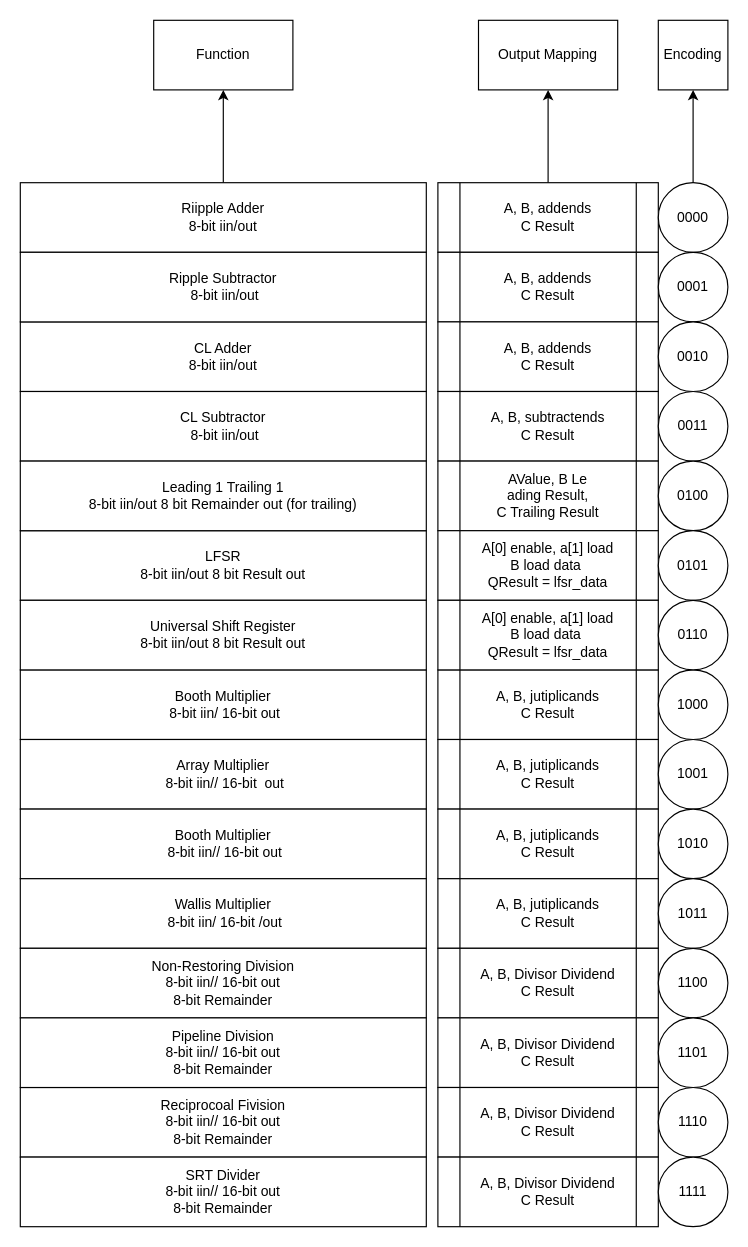
sean-galloway/RTLDesignSherpa keeps this draw.io diagram as page "Decoder" (1 of 3) of common/common_tb/ksalu/KSALU_Block_Diagram.drawio. Above is the earlier version. Source tidied: cells renumbered, new cells numbered last; positions are measured from the earlier drawing's top-left corner, leaving out a move shared by most shapes. Both pictures are drawn from the tidied source at 116%, with x=0, y=0 at pixel (20, 20).
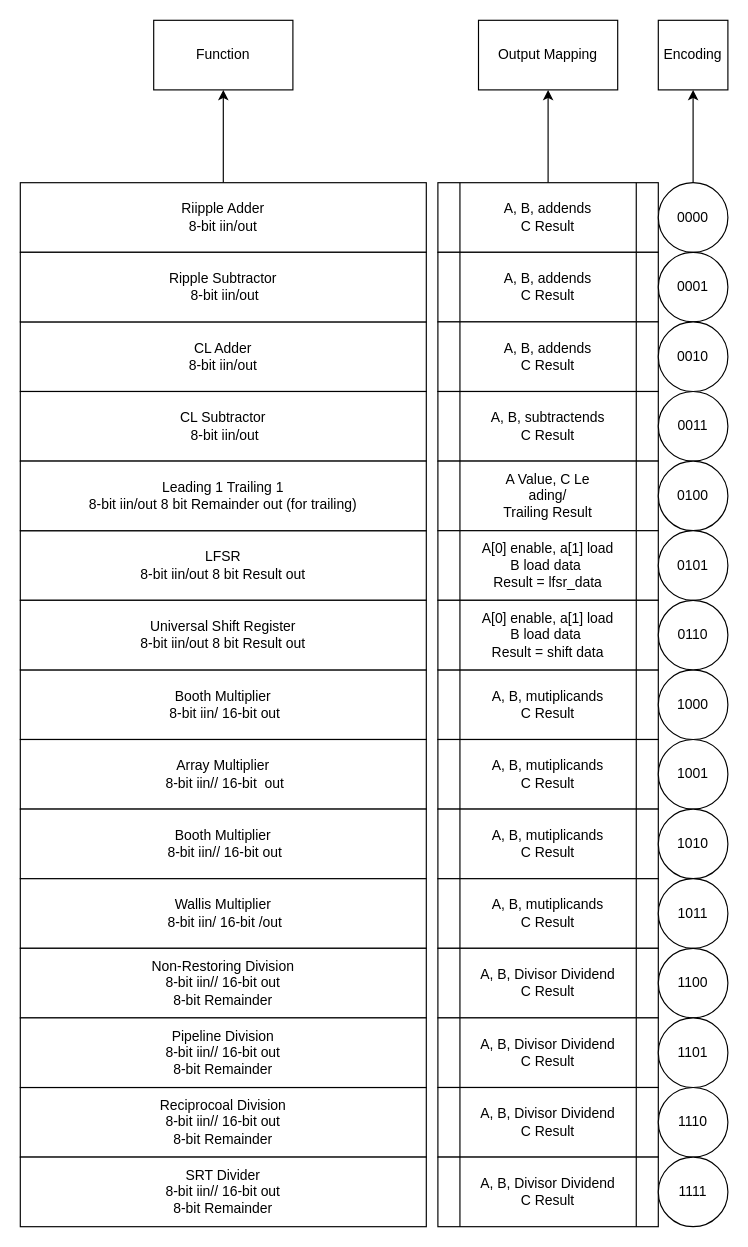
Above is the later version.

Diff of the diagram source:
```diff
@@
-    <mxCell id="12" value="Reciprocoal Fivision&lt;br&gt;8-bit iin// 16-bit&amp;nbsp;out &lt;br&gt;8-bit Remainder" style="rounded=0;whiteSpace=wrap;html=1;" parent="1" vertex="1">
+    <mxCell id="12" value="Reciprocoal Division&lt;br&gt;8-bit iin// 16-bit&amp;nbsp;out &lt;br&gt;8-bit Remainder" style="rounded=0;whiteSpace=wrap;html=1;" parent="1" vertex="1">
       <mxGeometry y="920" width="350" height="60" as="geometry" />
     </mxCell>
@@
-    <mxCell id="22" value="A, B, jutiplicands&lt;br&gt;C Result" style="shape=process;whiteSpace=wrap;html=1;backgroundOutline=1;" parent="1" vertex="1">
+    <mxCell id="22" value="A, B, mutiplicands&lt;br&gt;C Result" style="shape=process;whiteSpace=wrap;html=1;backgroundOutline=1;" parent="1" vertex="1">
       <mxGeometry x="360" y="560" width="190" height="60" as="geometry" />
     </mxCell>
-    <mxCell id="23" value="A, B, jutiplicands&lt;br&gt;C Result" style="shape=process;whiteSpace=wrap;html=1;backgroundOutline=1;" parent="1" vertex="1">
+    <mxCell id="23" value="A, B, mutiplicands&lt;br&gt;C Result" style="shape=process;whiteSpace=wrap;html=1;backgroundOutline=1;" parent="1" vertex="1">
       <mxGeometry x="360" y="620" width="190" height="60" as="geometry" />
     </mxCell>
-    <mxCell id="24" value="A, B, jutiplicands&lt;br&gt;C Result" style="shape=process;whiteSpace=wrap;html=1;backgroundOutline=1;" parent="1" vertex="1">
+    <mxCell id="24" value="A, B, mutiplicands&lt;br&gt;C Result" style="shape=process;whiteSpace=wrap;html=1;backgroundOutline=1;" parent="1" vertex="1">
       <mxGeometry x="360" y="680" width="190" height="60" as="geometry" />
     </mxCell>
-    <mxCell id="25" value="A, B, jutiplicands&lt;br&gt;C Result" style="shape=process;whiteSpace=wrap;html=1;backgroundOutline=1;" parent="1" vertex="1">
+    <mxCell id="25" value="A, B, mutiplicands&lt;br&gt;C Result" style="shape=process;whiteSpace=wrap;html=1;backgroundOutline=1;" parent="1" vertex="1">
       <mxGeometry x="360" y="740" width="190" height="60" as="geometry" />
     </mxCell>
@@
-    <mxCell id="30" value="AValue, B Le&lt;br&gt;ading Result,&lt;br&gt;C Trailing Result" style="shape=process;whiteSpace=wrap;html=1;backgroundOutline=1;" parent="1" vertex="1">
+    <mxCell id="30" value="A Value, C Le&lt;br&gt;ading/&lt;br&gt;Trailing Result" style="shape=process;whiteSpace=wrap;html=1;backgroundOutline=1;" parent="1" vertex="1">
       <mxGeometry x="360" y="380" width="190" height="60" as="geometry" />
     </mxCell>
-    <mxCell id="31" value="A[0] enable, a[1] load&lt;br&gt;B load data&amp;nbsp;&lt;br&gt;QResult = lfsr_data" style="shape=process;whiteSpace=wrap;html=1;backgroundOutline=1;" parent="1" vertex="1">
+    <mxCell id="31" value="A[0] enable, a[1] load&lt;br&gt;B load data&amp;nbsp;&lt;br&gt;Result = lfsr_data" style="shape=process;whiteSpace=wrap;html=1;backgroundOutline=1;" parent="1" vertex="1">
       <mxGeometry x="360" y="440" width="190" height="60" as="geometry" />
     </mxCell>
@@
-    <mxCell id="51" value="A[0] enable, a[1] load&lt;br&gt;B load data&amp;nbsp;&lt;br&gt;QResult = lfsr_data" style="shape=process;whiteSpace=wrap;html=1;backgroundOutline=1;" parent="1" vertex="1">
+    <mxCell id="51" value="A[0] enable, a[1] load&lt;br&gt;B load data&amp;nbsp;&lt;br&gt;Result = shift data" style="shape=process;whiteSpace=wrap;html=1;backgroundOutline=1;" parent="1" vertex="1">
       <mxGeometry x="360" y="500" width="190" height="60" as="geometry" />
     </mxCell>
```
